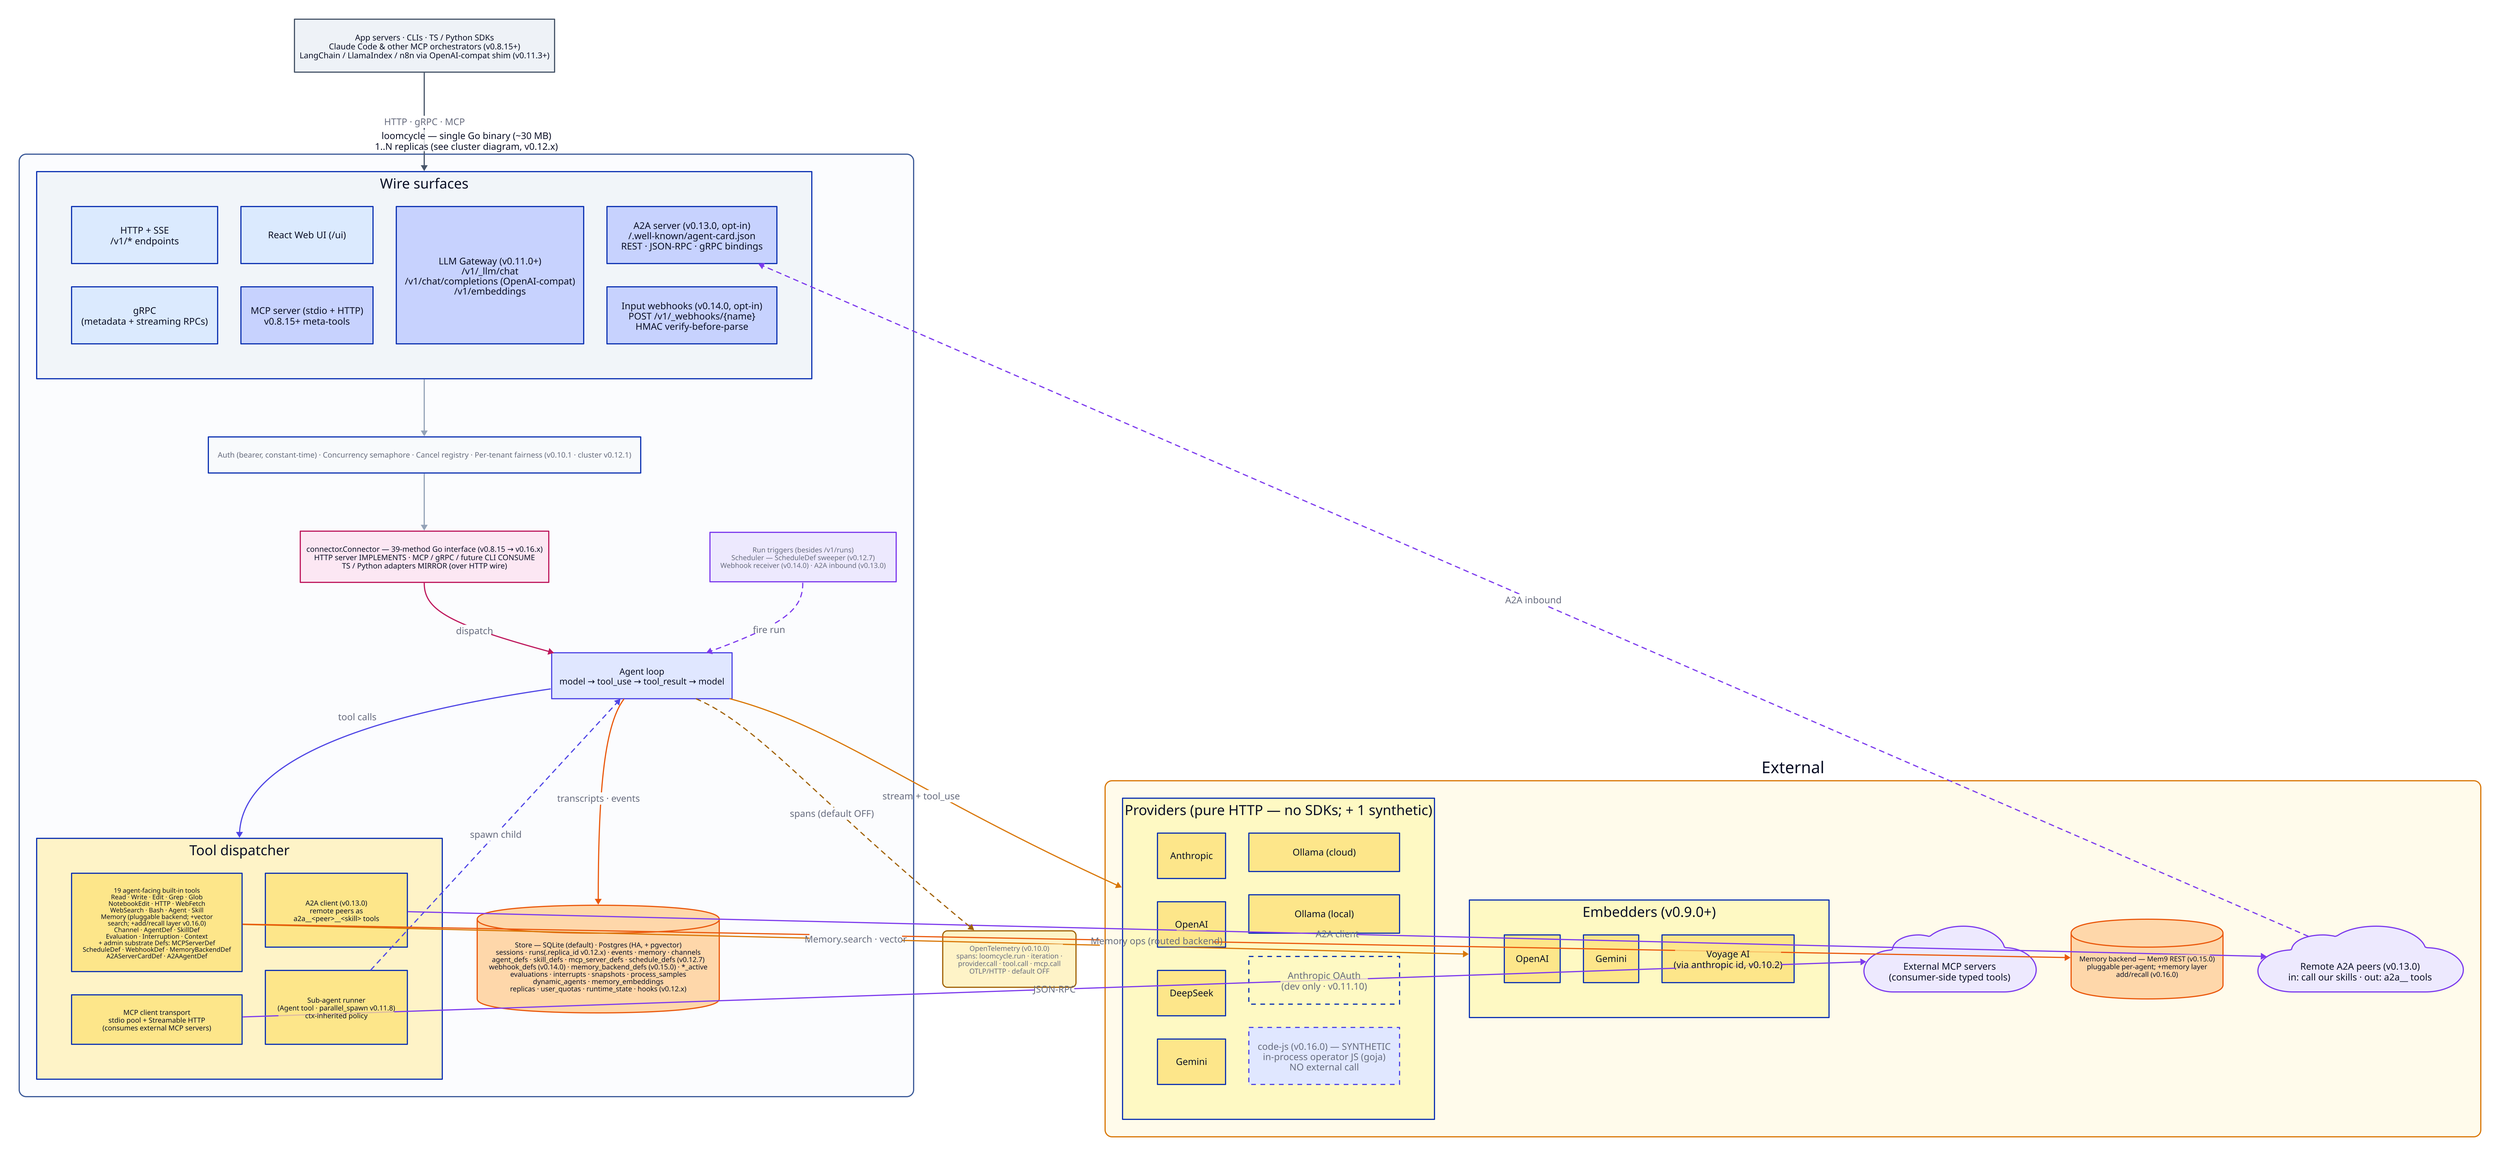
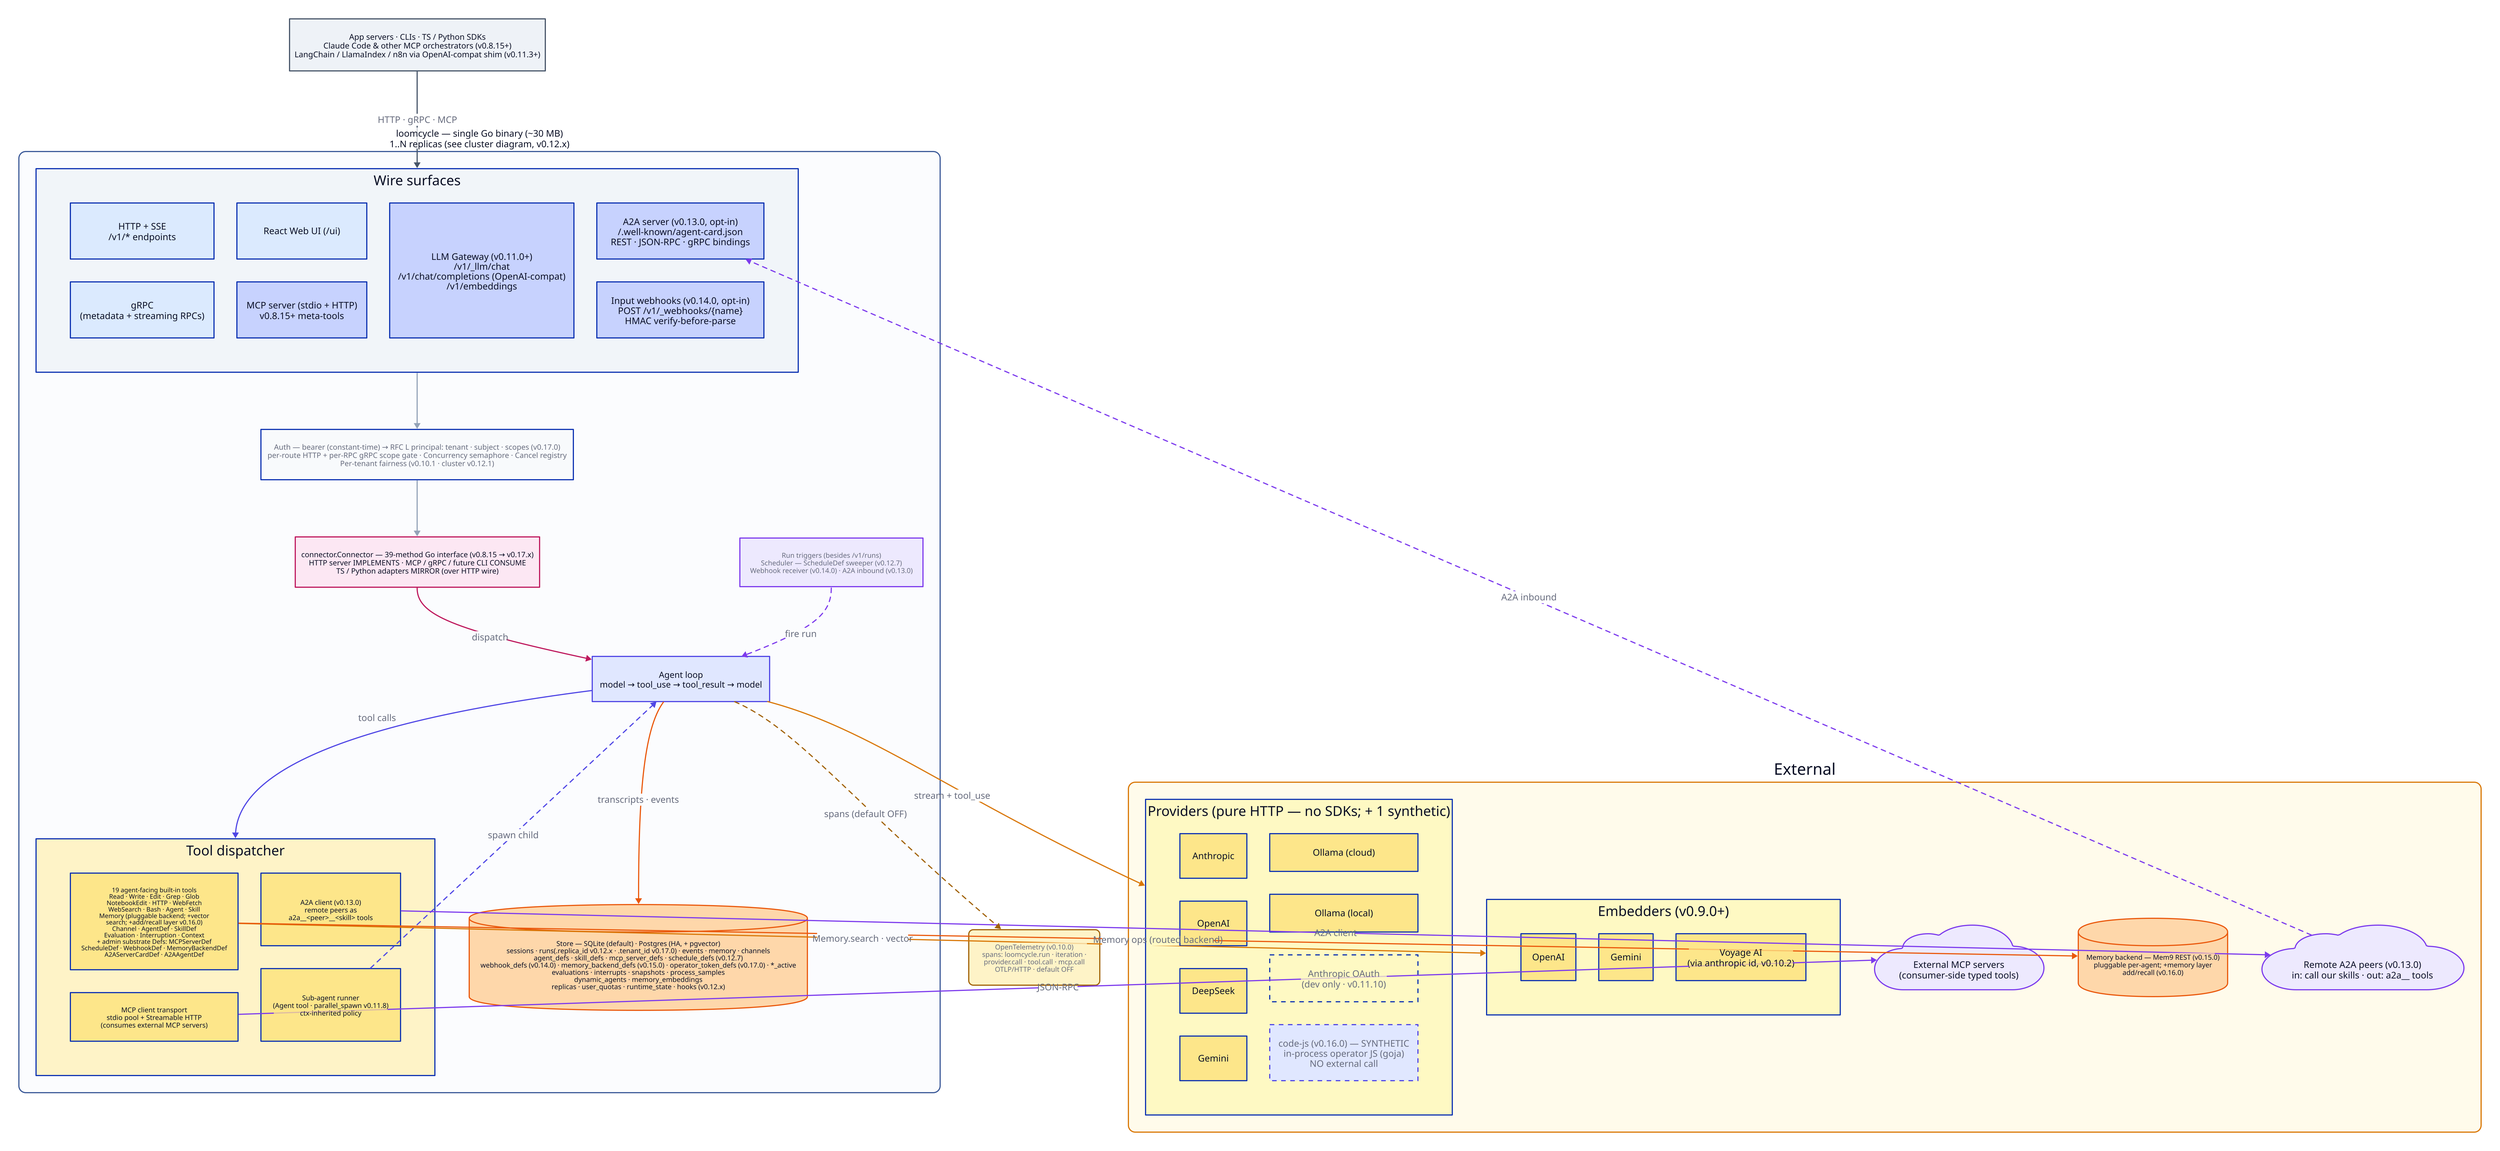
# LoomCycle architecture diagram
# Render: d2 docs/architecture.d2 docs/assets/architecture.png

vars: {
  d2-config: {
    layout-engine: elk
    pad: 32
  }
}

direction: down

# ---- External callers (left) ----

clients: "App servers · CLIs · TS / Python SDKs\nClaude Code & other MCP orchestrators (v0.8.15+)\nLangChain / LlamaIndex / n8n via OpenAI-compat shim (v0.11.3+)" {
  shape: rectangle
  style: {
    fill: "#eef2f7"
    stroke: "#475569"
    font-size: 14
  }
}

# ---- The loomcycle binary (center) ----

loomcycle: "loomcycle — single Go binary (~30 MB)\n1..N replicas (see cluster diagram, v0.12.x)" {
  style: {
    fill: "#fbfcfe"
    stroke: "#3b5998"
    stroke-width: 2
    border-radius: 12
    font-size: 16
    bold: true
  }

  direction: down

  surfaces: "Wire surfaces" {
    grid-columns: 4
    style.fill: "#f1f5f9"

    http_sse: "HTTP + SSE\n/v1/* endpoints" {style.fill: "#dbeafe"}
    grpc: "gRPC\n(metadata + streaming RPCs)" {style.fill: "#dbeafe"}
    webui: "React Web UI (/ui)" {style.fill: "#dbeafe"}
    mcp_stdio: "MCP server (stdio + HTTP)\nv0.8.15+ meta-tools" {
      style: {fill: "#c7d2fe"; bold: true}
    }
    gateway: "LLM Gateway (v0.11.0+)\n/v1/_llm/chat\n/v1/chat/completions (OpenAI-compat)\n/v1/embeddings" {
      style: {fill: "#c7d2fe"; bold: true}
    }
    a2a: "A2A server (v0.13.0, opt-in)\n/.well-known/agent-card.json\nREST · JSON-RPC · gRPC bindings" {
      style: {fill: "#c7d2fe"; bold: true}
    }
    webhooks: "Input webhooks (v0.14.0, opt-in)\nPOST /v1/_webhooks/{name}\nHMAC verify-before-parse" {
      style: {fill: "#c7d2fe"; bold: true}
    }
  }

-   middleware: "Auth (bearer, constant-time) · Concurrency semaphore · Cancel registry · Per-tenant fairness (v0.10.1 · cluster v0.12.1)" {
+   middleware: "Auth — bearer (constant-time) → RFC L principal: tenant · subject · scopes (v0.17.0)\nper-route HTTP + per-RPC gRPC scope gate · Concurrency semaphore · Cancel registry\nPer-tenant fairness (v0.10.1 · cluster v0.12.1)" {
    style: {
      fill: "#f8fafc"
      italic: true
      font-size: 13
    }
  }

-   connector: "connector.Connector — 39-method Go interface (v0.8.15 → v0.16.x)\nHTTP server IMPLEMENTS · MCP / gRPC / future CLI CONSUME\nTS / Python adapters MIRROR (over HTTP wire)" {
+   connector: "connector.Connector — 39-method Go interface (v0.8.15 → v0.17.x)\nHTTP server IMPLEMENTS · MCP / gRPC / future CLI CONSUME\nTS / Python adapters MIRROR (over HTTP wire)" {
    style: {
      fill: "#fce7f3"
      stroke: "#be185d"
      stroke-width: 2
      bold: true
      font-size: 13
    }
  }

  loop: "Agent loop\nmodel → tool_use → tool_result → model" {
    style: {
      fill: "#e0e7ff"
      stroke: "#4f46e5"
      stroke-width: 2
      bold: true
      font-size: 15
    }
  }

  dispatcher: "Tool dispatcher" {
    grid-columns: 2
    style.fill: "#fef3c7"

    builtins: "19 agent-facing built-in tools\nRead · Write · Edit · Grep · Glob\nNotebookEdit · HTTP · WebFetch\nWebSearch · Bash · Agent · Skill\nMemory (pluggable backend; +vector\nsearch; +add/recall layer v0.16.0)\nChannel · AgentDef · SkillDef\nEvaluation · Interruption · Context\n+ admin substrate Defs: MCPServerDef\nScheduleDef · WebhookDef · MemoryBackendDef\nA2AServerCardDef · A2AAgentDef" {
      style: {fill: "#fde68a"; font-size: 11}
    }
    mcp_layer: "MCP client transport\nstdio pool + Streamable HTTP\n(consumes external MCP servers)" {
      style: {fill: "#fde68a"; font-size: 12}
    }
    a2a_layer: "A2A client (v0.13.0)\nremote peers as\na2a__<peer>__<skill> tools" {
      style: {fill: "#fde68a"; font-size: 12}
    }
    subagents: "Sub-agent runner\n(Agent tool · parallel_spawn v0.11.8)\nctx-inherited policy" {
      style: {fill: "#fde68a"; font-size: 12}
    }
  }

  triggers: "Run triggers (besides /v1/runs)\nScheduler — ScheduleDef sweeper (v0.12.7)\nWebhook receiver (v0.14.0) · A2A inbound (v0.13.0)" {
    style: {fill: "#ede9fe"; stroke: "#7c3aed"; font-size: 12; italic: true}
  }

-   store: "Store — SQLite (default) · Postgres (HA, + pgvector)\nsessions · runs(.replica_id v0.12.x) · events · memory · channels\nagent_defs · skill_defs · mcp_server_defs · schedule_defs (v0.12.7)\nwebhook_defs (v0.14.0) · memory_backend_defs (v0.15.0) · *_active\nevaluations · interrupts · snapshots · process_samples\ndynamic_agents · memory_embeddings\nreplicas · user_quotas · runtime_state · hooks (v0.12.x)" {
+   store: "Store — SQLite (default) · Postgres (HA, + pgvector)\nsessions · runs(.replica_id v0.12.x · .tenant_id v0.17.0) · events · memory · channels\nagent_defs · skill_defs · mcp_server_defs · schedule_defs (v0.12.7)\nwebhook_defs (v0.14.0) · memory_backend_defs (v0.15.0) · operator_token_defs (v0.17.0) · *_active\nevaluations · interrupts · snapshots · process_samples\ndynamic_agents · memory_embeddings\nreplicas · user_quotas · runtime_state · hooks (v0.12.x)" {
    shape: cylinder
    style: {
      fill: "#fed7aa"
      stroke: "#ea580c"
      bold: true
      font-size: 12
    }
  }

  surfaces -> middleware: {style.stroke: "#94a3b8"}
  middleware -> connector: {style.stroke: "#94a3b8"}
  connector -> loop: "dispatch" {style.stroke: "#be185d"; style.stroke-width: 2}
  loop -> dispatcher: "tool calls" {style.stroke: "#4f46e5"}
  loop -> store: "transcripts · events" {style.stroke: "#ea580c"}
  triggers -> loop: "fire run" {style.stroke: "#7c3aed"; style.stroke-dash: 4}
  dispatcher.subagents -> loop: "spawn child" {
    style.stroke: "#4f46e5"
    style.stroke-dash: 4
  }
}

# ---- Observability (v0.10.0, default OFF) ----

otel: "OpenTelemetry (v0.10.0)\nspans: loomcycle.run · iteration ·\nprovider.call · tool.call · mcp.call\nOTLP/HTTP · default OFF" {
  shape: rectangle
  style: {
    fill: "#fef3c7"
    stroke: "#a16207"
    border-radius: 8
    font-size: 12
    italic: true
  }
}

# ---- External services (right) ----

externals: "External" {
  style: {
    fill: "#fffbeb"
    stroke: "#d97706"
    border-radius: 12
  }
  direction: down

  providers: "Providers (pure HTTP — no SDKs; + 1 synthetic)" {
    grid-columns: 2
    style.fill: "#fef9c3"

    anthropic: "Anthropic" {style.fill: "#fde68a"}
    openai: "OpenAI" {style.fill: "#fde68a"}
    deepseek: "DeepSeek" {style.fill: "#fde68a"}
    gemini: "Gemini" {style.fill: "#fde68a"}
    ollama_cloud: "Ollama (cloud)" {style.fill: "#fde68a"}
    ollama_local: "Ollama (local)" {style.fill: "#fde68a"}
    anthropic_oauth_dev: "Anthropic OAuth\n(dev only · v0.11.10)" {
      style: {fill: "#fef9c3"; italic: true; stroke-dash: 4}
    }
    codejs: "code-js (v0.16.0) — SYNTHETIC\nin-process operator JS (goja)\nNO external call" {
      style: {fill: "#e0e7ff"; stroke: "#4f46e5"; italic: true; stroke-dash: 4}
    }
  }

  embedders: "Embedders (v0.9.0+)" {
    grid-columns: 3
    style.fill: "#fef9c3"

    openai_e: "OpenAI" {style.fill: "#fde68a"}
    gemini_e: "Gemini" {style.fill: "#fde68a"}
    voyage_e: "Voyage AI\n(via anthropic id, v0.10.2)" {style.fill: "#fde68a"}
  }

  mcp_servers: "External MCP servers\n(consumer-side typed tools)" {
    shape: cloud
    style: {fill: "#ede9fe"; stroke: "#7c3aed"}
  }

  mem9: "Memory backend — Mem9 REST (v0.15.0)\npluggable per-agent; +memory layer\nadd/recall (v0.16.0)" {
    shape: cylinder
    style: {fill: "#fed7aa"; stroke: "#ea580c"; font-size: 12}
  }

  a2a_peers: "Remote A2A peers (v0.13.0)\nin: call our skills · out: a2a__ tools" {
    shape: cloud
    style: {fill: "#ede9fe"; stroke: "#7c3aed"}
  }
}

# ---- Cross-layer edges ----

clients -> loomcycle.surfaces: "HTTP · gRPC · MCP" {style.stroke: "#475569"}
loomcycle.loop -> externals.providers: "stream + tool_use" {
  style: {
    stroke: "#d97706"
    bold: true
  }
}
loomcycle.dispatcher.builtins -> externals.embedders: "Memory.search · vector" {
  style.stroke: "#d97706"
}
loomcycle.dispatcher.mcp_layer -> externals.mcp_servers: "JSON-RPC" {
  style.stroke: "#7c3aed"
}
loomcycle.dispatcher.builtins -> externals.mem9: "Memory ops (routed backend)" {
  style.stroke: "#ea580c"
}
loomcycle.dispatcher.a2a_layer -> externals.a2a_peers: "A2A client" {
  style.stroke: "#7c3aed"
}
externals.a2a_peers -> loomcycle.surfaces.a2a: "A2A inbound" {
  style: {stroke: "#7c3aed"; stroke-dash: 4}
}
loomcycle.loop -> otel: "spans (default OFF)" {
  style: {
    stroke: "#a16207"
    stroke-dash: 4
  }
}
